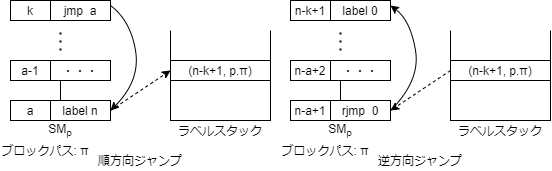
Above: paper/jmp.png in reversible-computation-2021/function_parallel (draw.io), before the change. Source tidied: cells renumbered, new cells last; positions are measured from the earlier drawing's top-left corner, leaving out a move shared by most shapes. Its diagram source:
```xml
<mxGraphModel>
  <root>
    <mxCell id="0" />
    <mxCell id="1" parent="0" />
    <mxCell id="2" style="rounded=0;whiteSpace=wrap;html=1;" parent="1" vertex="1">
      <mxGeometry x="10" width="100" height="20" as="geometry" />
    </mxCell>
    <mxCell id="3" style="endArrow=none;html=1;" parent="1" edge="1">
      <mxGeometry relative="1" as="geometry">
        <mxPoint x="50" y="20" as="sourcePoint" />
        <mxPoint x="50" as="targetPoint" />
      </mxGeometry>
    </mxCell>
    <mxCell id="4" value="k" style="text;html=1;strokeColor=none;fillColor=none;align=center;verticalAlign=middle;whiteSpace=wrap;rounded=0;" parent="1" vertex="1">
      <mxGeometry x="10" width="40" height="20" as="geometry" />
    </mxCell>
    <mxCell id="5" value="jmp&amp;nbsp; a" style="text;html=1;strokeColor=none;fillColor=none;align=center;verticalAlign=middle;whiteSpace=wrap;rounded=0;" parent="1" vertex="1">
      <mxGeometry x="60" width="40" height="20" as="geometry" />
    </mxCell>
    <mxCell id="6" style="rounded=0;whiteSpace=wrap;html=1;" parent="1" vertex="1">
      <mxGeometry x="10" y="60" width="100" height="20" as="geometry" />
    </mxCell>
    <mxCell id="7" style="endArrow=none;html=1;" parent="1" edge="1">
      <mxGeometry relative="1" as="geometry">
        <mxPoint x="50" y="80" as="sourcePoint" />
        <mxPoint x="50" y="60" as="targetPoint" />
      </mxGeometry>
    </mxCell>
    <mxCell id="8" value="a-1" style="text;html=1;strokeColor=none;fillColor=none;align=center;verticalAlign=middle;whiteSpace=wrap;rounded=0;" parent="1" vertex="1">
      <mxGeometry x="10" y="60" width="40" height="20" as="geometry" />
    </mxCell>
    <mxCell id="9" value="・・・" style="text;html=1;strokeColor=none;fillColor=none;align=center;verticalAlign=middle;whiteSpace=wrap;rounded=0;" parent="1" vertex="1">
      <mxGeometry x="60" y="60" width="40" height="20" as="geometry" />
    </mxCell>
    <mxCell id="10" style="rounded=0;whiteSpace=wrap;html=1;" parent="1" vertex="1">
      <mxGeometry x="10" y="100" width="100" height="20" as="geometry" />
    </mxCell>
    <mxCell id="11" style="endArrow=none;html=1;" parent="1" edge="1">
      <mxGeometry relative="1" as="geometry">
        <mxPoint x="50" y="120" as="sourcePoint" />
        <mxPoint x="50" y="100" as="targetPoint" />
      </mxGeometry>
    </mxCell>
    <mxCell id="12" value="a" style="text;html=1;strokeColor=none;fillColor=none;align=center;verticalAlign=middle;whiteSpace=wrap;rounded=0;" parent="1" vertex="1">
      <mxGeometry x="10" y="100" width="40" height="20" as="geometry" />
    </mxCell>
    <mxCell id="13" style="endArrow=none;dashed=1;html=1;dashPattern=1 3;strokeWidth=2;" parent="1" edge="1">
      <mxGeometry relative="1" as="geometry">
        <mxPoint x="60" y="50" as="sourcePoint" />
        <mxPoint x="60" y="30" as="targetPoint" />
      </mxGeometry>
    </mxCell>
    <mxCell id="14" value="label n" style="text;html=1;strokeColor=none;fillColor=none;align=center;verticalAlign=middle;whiteSpace=wrap;rounded=0;" parent="1" vertex="1">
      <mxGeometry x="60" y="100" width="40" height="20" as="geometry" />
    </mxCell>
    <mxCell id="15" style="endArrow=none;html=1;" parent="1" edge="1" target="14">
      <mxGeometry relative="1" as="geometry">
        <mxPoint x="70" y="100" as="sourcePoint" />
      </mxGeometry>
    </mxCell>
    <mxCell id="16" style="endArrow=none;html=1;exitX=0;exitY=0;exitDx=0;exitDy=0;" parent="1" edge="1" source="14">
      <mxGeometry relative="1" as="geometry">
        <mxPoint x="60" y="80" as="targetPoint" />
      </mxGeometry>
    </mxCell>
    <mxCell id="17" style="curved=1;endArrow=classic;html=1;exitX=1;exitY=0.25;exitDx=0;exitDy=0;entryX=1;entryY=0.5;entryDx=0;entryDy=0;" parent="1" edge="1" source="2" target="10">
      <mxGeometry relative="1" as="geometry">
        <Array as="points">
          <mxPoint x="130" y="20" />
          <mxPoint x="140" y="80" />
        </Array>
      </mxGeometry>
    </mxCell>
    <mxCell id="18" style="rounded=0;whiteSpace=wrap;html=1;" parent="1" vertex="1">
      <mxGeometry x="170" y="60" width="100" height="60" as="geometry" />
    </mxCell>
    <mxCell id="19" style="endArrow=none;html=1;" parent="1" edge="1">
      <mxGeometry relative="1" as="geometry">
        <mxPoint x="170" y="80" as="sourcePoint" />
        <mxPoint x="270" y="80" as="targetPoint" />
      </mxGeometry>
    </mxCell>
    <mxCell id="20" value="(n-k+1, p.π)" style="text;html=1;strokeColor=none;fillColor=none;align=center;verticalAlign=middle;whiteSpace=wrap;rounded=0;" parent="1" vertex="1">
      <mxGeometry x="185" y="60" width="70" height="20" as="geometry" />
    </mxCell>
    <mxCell id="21" value="ラベルスタック" style="text;html=1;strokeColor=none;fillColor=none;align=center;verticalAlign=middle;whiteSpace=wrap;rounded=0;" parent="1" vertex="1">
      <mxGeometry x="175" y="120" width="90" height="20" as="geometry" />
    </mxCell>
    <mxCell id="22" style="endArrow=none;html=1;" parent="1" edge="1">
      <mxGeometry relative="1" as="geometry">
        <mxPoint x="170" y="90" as="sourcePoint" />
        <mxPoint x="170" y="30" as="targetPoint" />
      </mxGeometry>
    </mxCell>
    <mxCell id="23" style="endArrow=none;html=1;" parent="1" edge="1">
      <mxGeometry relative="1" as="geometry">
        <mxPoint x="270" y="90" as="sourcePoint" />
        <mxPoint x="270" y="30" as="targetPoint" />
      </mxGeometry>
    </mxCell>
    <mxCell id="24" style="endArrow=classic;html=1;dashed=1;" parent="1" edge="1">
      <mxGeometry relative="1" as="geometry">
        <mxPoint x="110" y="110" as="sourcePoint" />
        <mxPoint x="170" y="70" as="targetPoint" />
      </mxGeometry>
    </mxCell>
    <mxCell id="25" value="SM&lt;sub&gt;p&lt;/sub&gt;" style="text;html=1;strokeColor=none;fillColor=none;align=center;verticalAlign=middle;whiteSpace=wrap;rounded=0;" parent="1" vertex="1">
      <mxGeometry x="40" y="120" width="40" height="20" as="geometry" />
    </mxCell>
    <mxCell id="26" value="順方向ジャンプ" style="text;html=1;strokeColor=none;fillColor=none;align=center;verticalAlign=middle;whiteSpace=wrap;rounded=0;" parent="1" vertex="1">
      <mxGeometry x="95" y="150" width="90" height="20" as="geometry" />
    </mxCell>
    <mxCell id="27" style="rounded=0;whiteSpace=wrap;html=1;" parent="1" vertex="1">
      <mxGeometry x="290" width="100" height="20" as="geometry" />
    </mxCell>
    <mxCell id="28" style="endArrow=none;html=1;" parent="1" edge="1">
      <mxGeometry relative="1" as="geometry">
        <mxPoint x="330" y="20" as="sourcePoint" />
        <mxPoint x="330" as="targetPoint" />
      </mxGeometry>
    </mxCell>
    <mxCell id="29" value="n-k+1" style="text;html=1;strokeColor=none;fillColor=none;align=center;verticalAlign=middle;whiteSpace=wrap;rounded=0;" parent="1" vertex="1">
      <mxGeometry x="290" width="40" height="20" as="geometry" />
    </mxCell>
    <mxCell id="30" value="label 0" style="text;html=1;strokeColor=none;fillColor=none;align=center;verticalAlign=middle;whiteSpace=wrap;rounded=0;" parent="1" vertex="1">
      <mxGeometry x="340" width="40" height="20" as="geometry" />
    </mxCell>
    <mxCell id="31" style="rounded=0;whiteSpace=wrap;html=1;" parent="1" vertex="1">
      <mxGeometry x="290" y="60" width="100" height="20" as="geometry" />
    </mxCell>
    <mxCell id="32" style="endArrow=none;html=1;" parent="1" edge="1">
      <mxGeometry relative="1" as="geometry">
        <mxPoint x="330" y="80" as="sourcePoint" />
        <mxPoint x="330" y="60" as="targetPoint" />
      </mxGeometry>
    </mxCell>
    <mxCell id="33" value="n-a+2" style="text;html=1;strokeColor=none;fillColor=none;align=center;verticalAlign=middle;whiteSpace=wrap;rounded=0;" parent="1" vertex="1">
      <mxGeometry x="290" y="60" width="40" height="20" as="geometry" />
    </mxCell>
    <mxCell id="34" value="・・・" style="text;html=1;strokeColor=none;fillColor=none;align=center;verticalAlign=middle;whiteSpace=wrap;rounded=0;" parent="1" vertex="1">
      <mxGeometry x="340" y="60" width="40" height="20" as="geometry" />
    </mxCell>
    <mxCell id="35" style="rounded=0;whiteSpace=wrap;html=1;" parent="1" vertex="1">
      <mxGeometry x="290" y="100" width="100" height="20" as="geometry" />
    </mxCell>
    <mxCell id="36" style="endArrow=none;html=1;" parent="1" edge="1">
      <mxGeometry relative="1" as="geometry">
        <mxPoint x="330" y="120" as="sourcePoint" />
        <mxPoint x="330" y="100" as="targetPoint" />
      </mxGeometry>
    </mxCell>
    <mxCell id="37" value="n-a+1" style="text;html=1;strokeColor=none;fillColor=none;align=center;verticalAlign=middle;whiteSpace=wrap;rounded=0;" parent="1" vertex="1">
      <mxGeometry x="290" y="100" width="40" height="20" as="geometry" />
    </mxCell>
    <mxCell id="38" style="endArrow=none;dashed=1;html=1;dashPattern=1 3;strokeWidth=2;" parent="1" edge="1">
      <mxGeometry relative="1" as="geometry">
        <mxPoint x="340" y="50" as="sourcePoint" />
        <mxPoint x="340" y="30" as="targetPoint" />
      </mxGeometry>
    </mxCell>
    <mxCell id="39" value="rjmp&amp;nbsp; 0" style="text;html=1;strokeColor=none;fillColor=none;align=center;verticalAlign=middle;whiteSpace=wrap;rounded=0;" parent="1" vertex="1">
      <mxGeometry x="340" y="100" width="40" height="20" as="geometry" />
    </mxCell>
    <mxCell id="40" style="endArrow=none;html=1;" parent="1" edge="1" target="39">
      <mxGeometry relative="1" as="geometry">
        <mxPoint x="350" y="100" as="sourcePoint" />
      </mxGeometry>
    </mxCell>
    <mxCell id="41" style="endArrow=none;html=1;exitX=0;exitY=0;exitDx=0;exitDy=0;" parent="1" edge="1" source="39">
      <mxGeometry relative="1" as="geometry">
        <mxPoint x="340" y="80" as="targetPoint" />
      </mxGeometry>
    </mxCell>
    <mxCell id="42" style="curved=1;endArrow=classic;html=1;exitX=1;exitY=0.5;exitDx=0;exitDy=0;entryX=1;entryY=0.25;entryDx=0;entryDy=0;" parent="1" edge="1" source="35" target="27">
      <mxGeometry relative="1" as="geometry">
        <Array as="points">
          <mxPoint x="420" y="80" />
          <mxPoint x="410" y="20" />
        </Array>
      </mxGeometry>
    </mxCell>
    <mxCell id="43" style="rounded=0;whiteSpace=wrap;html=1;" parent="1" vertex="1">
      <mxGeometry x="450" y="60" width="100" height="60" as="geometry" />
    </mxCell>
    <mxCell id="44" style="endArrow=none;html=1;" parent="1" edge="1">
      <mxGeometry relative="1" as="geometry">
        <mxPoint x="450" y="80" as="sourcePoint" />
        <mxPoint x="550" y="80" as="targetPoint" />
      </mxGeometry>
    </mxCell>
    <mxCell id="45" value="(n-k+1, p.π)" style="text;html=1;strokeColor=none;fillColor=none;align=center;verticalAlign=middle;whiteSpace=wrap;rounded=0;" parent="1" vertex="1">
      <mxGeometry x="465" y="60" width="70" height="20" as="geometry" />
    </mxCell>
    <mxCell id="46" value="ラベルスタック" style="text;html=1;strokeColor=none;fillColor=none;align=center;verticalAlign=middle;whiteSpace=wrap;rounded=0;" parent="1" vertex="1">
      <mxGeometry x="455" y="120" width="90" height="20" as="geometry" />
    </mxCell>
    <mxCell id="47" style="endArrow=none;html=1;" parent="1" edge="1">
      <mxGeometry relative="1" as="geometry">
        <mxPoint x="450" y="90" as="sourcePoint" />
        <mxPoint x="450" y="30" as="targetPoint" />
      </mxGeometry>
    </mxCell>
    <mxCell id="48" style="endArrow=none;html=1;" parent="1" edge="1">
      <mxGeometry relative="1" as="geometry">
        <mxPoint x="550" y="90" as="sourcePoint" />
        <mxPoint x="550" y="30" as="targetPoint" />
      </mxGeometry>
    </mxCell>
    <mxCell id="49" style="endArrow=classic;html=1;dashed=1;" parent="1" edge="1">
      <mxGeometry relative="1" as="geometry">
        <mxPoint x="450" y="70" as="sourcePoint" />
        <mxPoint x="390" y="110" as="targetPoint" />
      </mxGeometry>
    </mxCell>
    <mxCell id="50" value="SM&lt;sub&gt;p&lt;/sub&gt;" style="text;html=1;strokeColor=none;fillColor=none;align=center;verticalAlign=middle;whiteSpace=wrap;rounded=0;" parent="1" vertex="1">
      <mxGeometry x="320" y="120" width="40" height="20" as="geometry" />
    </mxCell>
    <mxCell id="51" value="逆方向ジャンプ" style="text;html=1;strokeColor=none;fillColor=none;align=center;verticalAlign=middle;whiteSpace=wrap;rounded=0;" parent="1" vertex="1">
      <mxGeometry x="375" y="150" width="90" height="20" as="geometry" />
    </mxCell>
    <mxCell id="52" value="ブロックパス: π" style="text;html=1;strokeColor=none;fillColor=none;align=center;verticalAlign=middle;whiteSpace=wrap;rounded=0;" parent="1" vertex="1">
      <mxGeometry y="140" width="90" height="20" as="geometry" />
    </mxCell>
    <mxCell id="53" value="ブロックパス: π" style="text;html=1;strokeColor=none;fillColor=none;align=center;verticalAlign=middle;whiteSpace=wrap;rounded=0;" parent="1" vertex="1">
      <mxGeometry x="280" y="140" width="90" height="20" as="geometry" />
    </mxCell>
  </root>
</mxGraphModel>
```
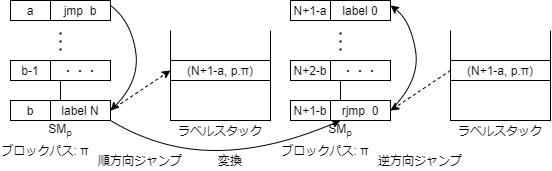
The same diagram one commit later.

What changed in the source:
```diff
@@ -11,10 +11,10 @@
         <mxPoint x="50" as="targetPoint" />
       </mxGeometry>
     </mxCell>
-    <mxCell id="4" value="k" style="text;html=1;strokeColor=none;fillColor=none;align=center;verticalAlign=middle;whiteSpace=wrap;rounded=0;" parent="1" vertex="1">
+    <mxCell id="4" value="a" style="text;html=1;strokeColor=none;fillColor=none;align=center;verticalAlign=middle;whiteSpace=wrap;rounded=0;" parent="1" vertex="1">
       <mxGeometry x="10" width="40" height="20" as="geometry" />
     </mxCell>
-    <mxCell id="5" value="jmp&amp;nbsp; a" style="text;html=1;strokeColor=none;fillColor=none;align=center;verticalAlign=middle;whiteSpace=wrap;rounded=0;" parent="1" vertex="1">
+    <mxCell id="5" value="jmp&amp;nbsp; b" style="text;html=1;strokeColor=none;fillColor=none;align=center;verticalAlign=middle;whiteSpace=wrap;rounded=0;" parent="1" vertex="1">
       <mxGeometry x="60" width="40" height="20" as="geometry" />
     </mxCell>
     <mxCell id="6" style="rounded=0;whiteSpace=wrap;html=1;" parent="1" vertex="1">
@@ -26,7 +26,7 @@
         <mxPoint x="50" y="60" as="targetPoint" />
       </mxGeometry>
     </mxCell>
-    <mxCell id="8" value="a-1" style="text;html=1;strokeColor=none;fillColor=none;align=center;verticalAlign=middle;whiteSpace=wrap;rounded=0;" parent="1" vertex="1">
+    <mxCell id="8" value="b-1" style="text;html=1;strokeColor=none;fillColor=none;align=center;verticalAlign=middle;whiteSpace=wrap;rounded=0;" parent="1" vertex="1">
       <mxGeometry x="10" y="60" width="40" height="20" as="geometry" />
     </mxCell>
     <mxCell id="9" value="・・・" style="text;html=1;strokeColor=none;fillColor=none;align=center;verticalAlign=middle;whiteSpace=wrap;rounded=0;" parent="1" vertex="1">
@@ -41,7 +41,7 @@
         <mxPoint x="50" y="100" as="targetPoint" />
       </mxGeometry>
     </mxCell>
-    <mxCell id="12" value="a" style="text;html=1;strokeColor=none;fillColor=none;align=center;verticalAlign=middle;whiteSpace=wrap;rounded=0;" parent="1" vertex="1">
+    <mxCell id="12" value="b" style="text;html=1;strokeColor=none;fillColor=none;align=center;verticalAlign=middle;whiteSpace=wrap;rounded=0;" parent="1" vertex="1">
       <mxGeometry x="10" y="100" width="40" height="20" as="geometry" />
     </mxCell>
     <mxCell id="13" style="endArrow=none;dashed=1;html=1;dashPattern=1 3;strokeWidth=2;" parent="1" edge="1">
@@ -50,7 +50,7 @@
         <mxPoint x="60" y="30" as="targetPoint" />
       </mxGeometry>
     </mxCell>
-    <mxCell id="14" value="label n" style="text;html=1;strokeColor=none;fillColor=none;align=center;verticalAlign=middle;whiteSpace=wrap;rounded=0;" parent="1" vertex="1">
+    <mxCell id="14" value="label N" style="text;html=1;strokeColor=none;fillColor=none;align=center;verticalAlign=middle;whiteSpace=wrap;rounded=0;" parent="1" vertex="1">
       <mxGeometry x="60" y="100" width="40" height="20" as="geometry" />
     </mxCell>
     <mxCell id="15" style="endArrow=none;html=1;" parent="1" edge="1" target="14">
@@ -80,7 +80,7 @@
         <mxPoint x="270" y="80" as="targetPoint" />
       </mxGeometry>
     </mxCell>
-    <mxCell id="20" value="(n-k+1, p.π)" style="text;html=1;strokeColor=none;fillColor=none;align=center;verticalAlign=middle;whiteSpace=wrap;rounded=0;" parent="1" vertex="1">
+    <mxCell id="20" value="(N+1-a, p.π)" style="text;html=1;strokeColor=none;fillColor=none;align=center;verticalAlign=middle;whiteSpace=wrap;rounded=0;" parent="1" vertex="1">
       <mxGeometry x="185" y="60" width="70" height="20" as="geometry" />
     </mxCell>
     <mxCell id="21" value="ラベルスタック" style="text;html=1;strokeColor=none;fillColor=none;align=center;verticalAlign=middle;whiteSpace=wrap;rounded=0;" parent="1" vertex="1">
@@ -119,7 +119,7 @@
         <mxPoint x="330" as="targetPoint" />
       </mxGeometry>
     </mxCell>
-    <mxCell id="29" value="n-k+1" style="text;html=1;strokeColor=none;fillColor=none;align=center;verticalAlign=middle;whiteSpace=wrap;rounded=0;" parent="1" vertex="1">
+    <mxCell id="29" value="N+1-a" style="text;html=1;strokeColor=none;fillColor=none;align=center;verticalAlign=middle;whiteSpace=wrap;rounded=0;" parent="1" vertex="1">
       <mxGeometry x="290" width="40" height="20" as="geometry" />
     </mxCell>
     <mxCell id="30" value="label 0" style="text;html=1;strokeColor=none;fillColor=none;align=center;verticalAlign=middle;whiteSpace=wrap;rounded=0;" parent="1" vertex="1">
@@ -134,7 +134,7 @@
         <mxPoint x="330" y="60" as="targetPoint" />
       </mxGeometry>
     </mxCell>
-    <mxCell id="33" value="n-a+2" style="text;html=1;strokeColor=none;fillColor=none;align=center;verticalAlign=middle;whiteSpace=wrap;rounded=0;" parent="1" vertex="1">
+    <mxCell id="33" value="N+2-b" style="text;html=1;strokeColor=none;fillColor=none;align=center;verticalAlign=middle;whiteSpace=wrap;rounded=0;" parent="1" vertex="1">
       <mxGeometry x="290" y="60" width="40" height="20" as="geometry" />
     </mxCell>
     <mxCell id="34" value="・・・" style="text;html=1;strokeColor=none;fillColor=none;align=center;verticalAlign=middle;whiteSpace=wrap;rounded=0;" parent="1" vertex="1">
@@ -149,7 +149,7 @@
         <mxPoint x="330" y="100" as="targetPoint" />
       </mxGeometry>
     </mxCell>
-    <mxCell id="37" value="n-a+1" style="text;html=1;strokeColor=none;fillColor=none;align=center;verticalAlign=middle;whiteSpace=wrap;rounded=0;" parent="1" vertex="1">
+    <mxCell id="37" value="N+1-b" style="text;html=1;strokeColor=none;fillColor=none;align=center;verticalAlign=middle;whiteSpace=wrap;rounded=0;" parent="1" vertex="1">
       <mxGeometry x="290" y="100" width="40" height="20" as="geometry" />
     </mxCell>
     <mxCell id="38" style="endArrow=none;dashed=1;html=1;dashPattern=1 3;strokeWidth=2;" parent="1" edge="1">
@@ -188,7 +188,7 @@
         <mxPoint x="550" y="80" as="targetPoint" />
       </mxGeometry>
     </mxCell>
-    <mxCell id="45" value="(n-k+1, p.π)" style="text;html=1;strokeColor=none;fillColor=none;align=center;verticalAlign=middle;whiteSpace=wrap;rounded=0;" parent="1" vertex="1">
+    <mxCell id="45" value="(N+1-a, p.π)" style="text;html=1;strokeColor=none;fillColor=none;align=center;verticalAlign=middle;whiteSpace=wrap;rounded=0;" parent="1" vertex="1">
       <mxGeometry x="465" y="60" width="70" height="20" as="geometry" />
     </mxCell>
     <mxCell id="46" value="ラベルスタック" style="text;html=1;strokeColor=none;fillColor=none;align=center;verticalAlign=middle;whiteSpace=wrap;rounded=0;" parent="1" vertex="1">
@@ -224,5 +224,16 @@
     <mxCell id="53" value="ブロックパス: π" style="text;html=1;strokeColor=none;fillColor=none;align=center;verticalAlign=middle;whiteSpace=wrap;rounded=0;" parent="1" vertex="1">
       <mxGeometry x="280" y="140" width="90" height="20" as="geometry" />
     </mxCell>
+    <mxCell id="54" style="curved=1;endArrow=classic;html=1;exitX=1;exitY=1;exitDx=0;exitDy=0;entryX=0.5;entryY=0;entryDx=0;entryDy=0;" parent="1" edge="1" source="10" target="50">
+      <mxGeometry relative="1" as="geometry">
+        <Array as="points">
+          <mxPoint x="160" y="150" />
+          <mxPoint x="270" y="150" />
+        </Array>
+      </mxGeometry>
+    </mxCell>
+    <mxCell id="55" value="変換" style="text;html=1;strokeColor=none;fillColor=none;align=center;verticalAlign=middle;whiteSpace=wrap;rounded=0;" parent="1" vertex="1">
+      <mxGeometry x="210" y="150" width="40" height="20" as="geometry" />
+    </mxCell>
   </root>
 </mxGraphModel>
```
